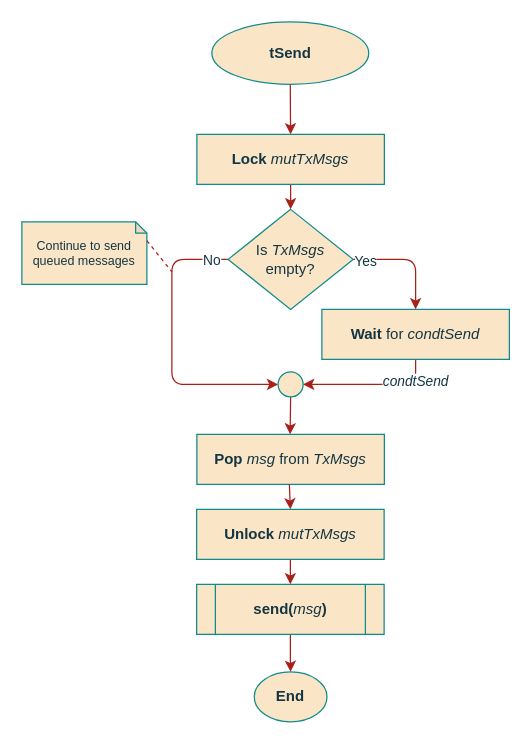
The draw.io diagram page "tSend" (7 of 8) of documentation/flowcharts/02Classes/CCommunication.drawio in ESRGgroup9/slipad, before the edit. Source tidied: cells renumbered, new cells numbered last; positions are measured from the earlier drawing's top-left corner, leaving out a move shared by most shapes. Both pictures are drawn from the tidied source at 125%, with x=0, y=0 at pixel (21, 21).
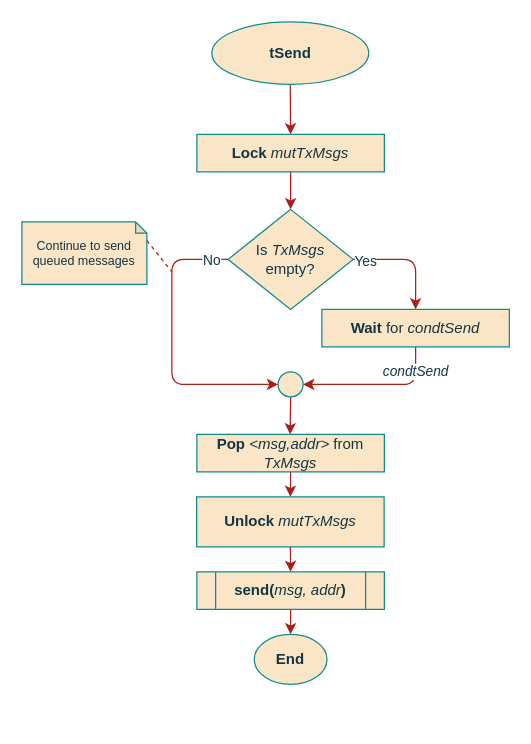
After the change.

What changed in the source:
```diff
@@
     <mxCell id="5" value="&lt;b&gt;Lock&lt;/b&gt; &lt;i&gt;mutTxMsgs&lt;/i&gt;" style="rounded=0;whiteSpace=wrap;html=1;sketch=0;fontColor=#143642;strokeColor=#0F8B8D;fillColor=#FAE5C7;" parent="1" vertex="1">
-      <mxGeometry x="140" y="90" width="150" height="40" as="geometry" />
+      <mxGeometry x="140" y="90" width="150" height="30" as="geometry" />
     </mxCell>
@@
     <mxCell id="7" value="&lt;b&gt;Wait&lt;/b&gt; for &lt;i&gt;condtSend&lt;/i&gt;" style="rounded=0;whiteSpace=wrap;html=1;sketch=0;fontColor=#143642;strokeColor=#0F8B8D;fillColor=#FAE5C7;" parent="1" vertex="1">
-      <mxGeometry x="240" y="230" width="150" height="40" as="geometry" />
+      <mxGeometry x="240" y="230" width="150" height="30" as="geometry" />
     </mxCell>
@@
     <mxCell id="18" value="End" style="ellipse;whiteSpace=wrap;html=1;fillColor=#FAE5C7;strokeColor=#0F8B8D;fontColor=#143642;fontStyle=1;" parent="1" vertex="1">
-      <mxGeometry x="185.9" y="520" width="58.2" height="40" as="geometry" />
+      <mxGeometry x="185.9" y="490" width="58.2" height="40" as="geometry" />
     </mxCell>
+    <mxCell id="24" style="edgeStyle=orthogonalEdgeStyle;rounded=0;jettySize=auto;html=1;exitX=0.5;exitY=1;exitDx=0;exitDy=0;entryX=0.5;entryY=0;entryDx=0;entryDy=0;strokeColor=#A8201A;" parent="1" edge="1" source="19" target="22">
+      <mxGeometry relative="1" as="geometry" />
+    </mxCell>
-    <mxCell id="19" value="&lt;b&gt;Pop &lt;/b&gt;&lt;i&gt;msg &lt;/i&gt;from &lt;i&gt;TxMsgs&lt;/i&gt;" style="rounded=0;whiteSpace=wrap;html=1;sketch=0;fontColor=#143642;strokeColor=#0F8B8D;fillColor=#FAE5C7;" parent="1" vertex="1">
-      <mxGeometry x="140" y="330" width="150" height="40" as="geometry" />
+    <mxCell id="19" value="&lt;b&gt;Pop &lt;/b&gt;&lt;i&gt;&amp;lt;msg,addr&amp;gt; &lt;/i&gt;from &lt;i&gt;TxMsgs&lt;/i&gt;" style="rounded=0;whiteSpace=wrap;html=1;sketch=0;fontColor=#143642;strokeColor=#0F8B8D;fillColor=#FAE5C7;" parent="1" vertex="1">
+      <mxGeometry x="140" y="330" width="150" height="30" as="geometry" />
     </mxCell>
-    <mxCell id="20" style="edgeStyle=orthogonalEdgeStyle;rounded=1;jettySize=auto;html=1;exitX=0.5;exitY=1;exitDx=0;exitDy=0;entryX=0.5;entryY=0;entryDx=0;entryDy=0;strokeColor=#A8201A;" parent="1" edge="1" target="22">
-      <mxGeometry relative="1" as="geometry">
-        <mxPoint x="214" y="370" as="sourcePoint" />
-      </mxGeometry>
-    </mxCell>
@@
     <mxCell id="22" value="&lt;b&gt;Unlock&lt;/b&gt; &lt;i&gt;mutTxMsgs&lt;/i&gt;" style="rounded=0;whiteSpace=wrap;html=1;sketch=0;fontColor=#143642;strokeColor=#0F8B8D;fillColor=#FAE5C7;" parent="1" vertex="1">
-      <mxGeometry x="139.8" y="390" width="150" height="40" as="geometry" />
+      <mxGeometry x="139.8" y="380" width="150" height="40" as="geometry" />
     </mxCell>
-    <mxCell id="23" value="&lt;b&gt;send&lt;/b&gt;(&lt;span&gt;&lt;i&gt;&lt;span style=&quot;font-weight: normal&quot;&gt;msg&lt;/span&gt;&lt;/i&gt;)&lt;/span&gt;" style="shape=process;whiteSpace=wrap;html=1;backgroundOutline=1;rounded=0;sketch=0;fontColor=#143642;strokeColor=#0F8B8D;fillColor=#FAE5C7;fontStyle=1;" parent="1" vertex="1">
-      <mxGeometry x="139.8" y="450" width="150" height="40" as="geometry" />
+    <mxCell id="23" value="&lt;b&gt;send&lt;/b&gt;(&lt;span&gt;&lt;i&gt;&lt;span style=&quot;font-weight: normal&quot;&gt;msg, addr&lt;/span&gt;&lt;/i&gt;)&lt;/span&gt;" style="shape=process;whiteSpace=wrap;html=1;backgroundOutline=1;rounded=0;sketch=0;fontColor=#143642;strokeColor=#0F8B8D;fillColor=#FAE5C7;fontStyle=1;" parent="1" vertex="1">
+      <mxGeometry x="140" y="440" width="150" height="30" as="geometry" />
     </mxCell>
```
